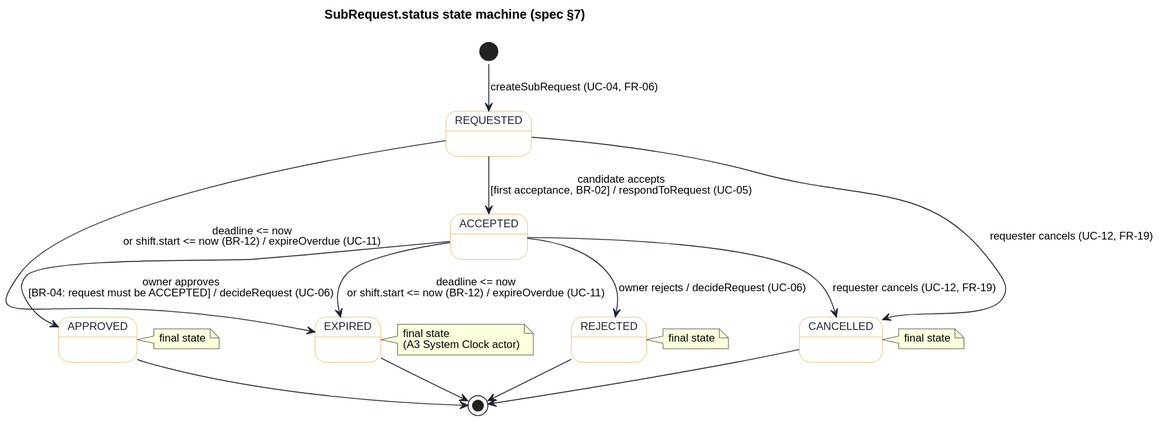
Above: uml/state-subrequest.svg in keemlogan/shiftswap (PlantUML), before the change. The source it was exported from:
```plantuml
@startuml
!pragma layout smetana
skinparam defaultFontName "Helvetica"
skinparam defaultFontSize 12
skinparam shadowing false
skinparam backgroundColor #FFFFFF
skinparam state {
  BackgroundColor #FFFFFF
  BorderColor #1C2230
  FontColor #1C2230
  ArrowColor #1C2230
}
skinparam state<<sub>> {
  BorderColor #E9A23B
}

title SubRequest.status state machine (spec §7)

[*] --> REQUESTED : createSubRequest (UC-04, FR-06)

state REQUESTED <<sub>>
state ACCEPTED <<sub>>
state APPROVED <<sub>>
state REJECTED <<sub>>
state EXPIRED <<sub>>
state CANCELLED <<sub>>

REQUESTED --> ACCEPTED : candidate accepts\n[first acceptance, BR-02] / respondToRequest (UC-05)
REQUESTED --> EXPIRED : deadline <= now\nor shift.start <= now (BR-12) / expireOverdue (UC-11)
REQUESTED --> CANCELLED : requester cancels (UC-12, FR-19)

ACCEPTED --> APPROVED : owner approves\n[BR-04: request must be ACCEPTED] / decideRequest (UC-06)
ACCEPTED --> REJECTED : owner rejects / decideRequest (UC-06)
ACCEPTED --> EXPIRED : deadline <= now\nor shift.start <= now (BR-12) / expireOverdue (UC-11)
ACCEPTED --> CANCELLED : requester cancels (UC-12, FR-19)

APPROVED --> [*]
REJECTED --> [*]
EXPIRED --> [*]
CANCELLED --> [*]

note right of APPROVED : final state
note right of REJECTED : final state
note right of EXPIRED : final state\n(A3 System Clock actor)
note right of CANCELLED : final state
@enduml
```
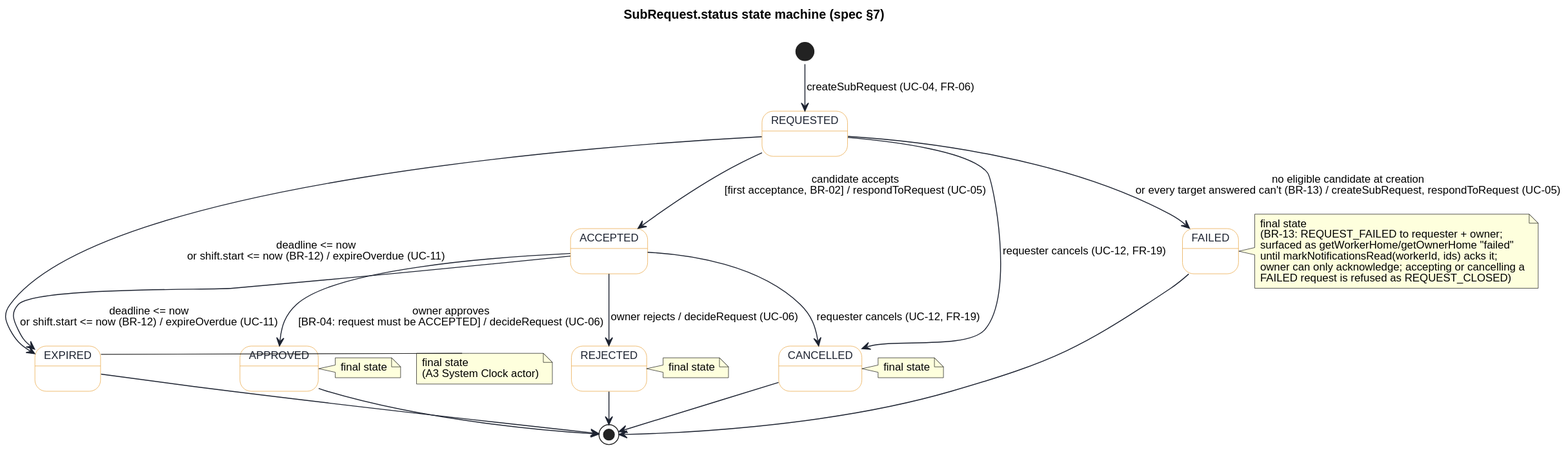
The same diagram one commit later.

Diff of the diagram source:
```diff
@@ -22,10 +22,12 @@
 state ACCEPTED <<sub>>
 state APPROVED <<sub>>
 state REJECTED <<sub>>
+state FAILED <<sub>>
 state EXPIRED <<sub>>
 state CANCELLED <<sub>>
 
 REQUESTED --> ACCEPTED : candidate accepts\n[first acceptance, BR-02] / respondToRequest (UC-05)
+REQUESTED --> FAILED : no eligible candidate at creation\nor every target answered can't (BR-13) / createSubRequest, respondToRequest (UC-05)
 REQUESTED --> EXPIRED : deadline <= now\nor shift.start <= now (BR-12) / expireOverdue (UC-11)
 REQUESTED --> CANCELLED : requester cancels (UC-12, FR-19)
 
@@ -36,11 +38,13 @@
 
 APPROVED --> [*]
 REJECTED --> [*]
+FAILED --> [*]
 EXPIRED --> [*]
 CANCELLED --> [*]
 
 note right of APPROVED : final state
 note right of REJECTED : final state
+note right of FAILED : final state\n(BR-13: REQUEST_FAILED to requester + owner;\nsurfaced as getWorkerHome/getOwnerHome "failed"\nuntil markNotificationsRead(workerId, ids) acks it;\nowner can only acknowledge; accepting or cancelling a\nFAILED request is refused as REQUEST_CLOSED)
 note right of EXPIRED : final state\n(A3 System Clock actor)
 note right of CANCELLED : final state
 @enduml
```
